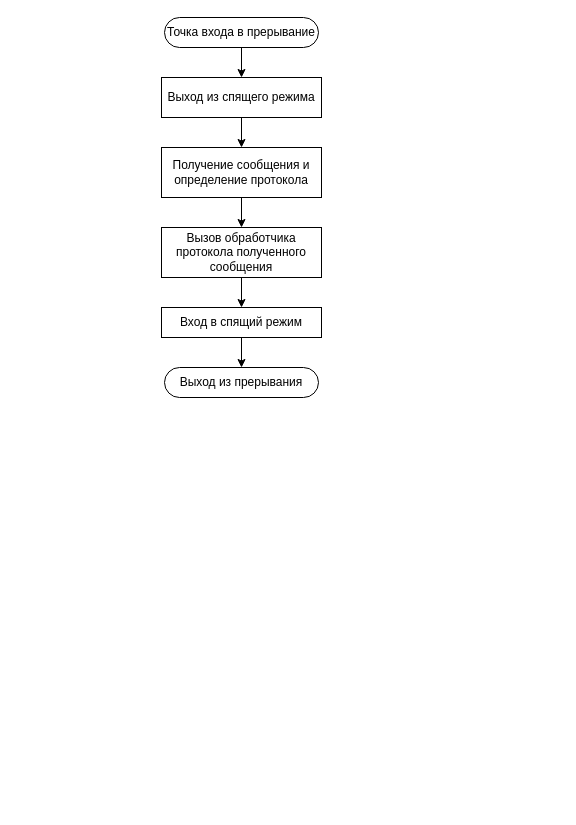
mmm-da/vkr-report keeps this draw.io diagram as page "рис 17 прерывание can" (8 of 14) of pic.drawio. Above is the earlier version. Source tidied: cells renumbered, new cells numbered last; positions are measured from the earlier drawing's top-left corner, leaving out a move shared by most shapes. Both pictures are drawn from the tidied source at 100%, with x=0, y=0 at pixel (161, 17).
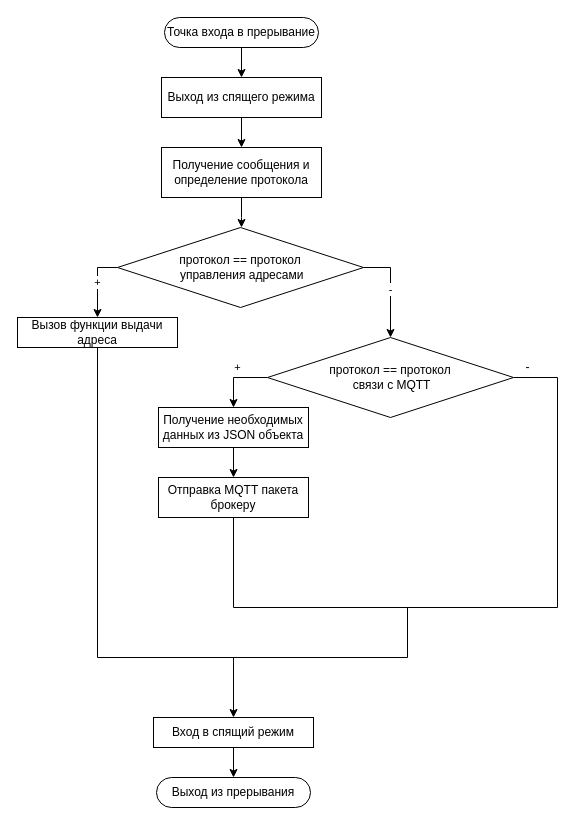
Above is the later version.

The change refers to these unchanged cells:
```xml
<mxCell id="7" value="Получение сообщения и определение протокола" style="rounded=0;whiteSpace=wrap;html=1;" parent="1" vertex="1">
  <mxGeometry y="130" width="160" height="50" as="geometry" />
</mxCell>
```

Change to the diagram source:
```diff
@@
-    <mxCell id="6" style="edgeStyle=orthogonalEdgeStyle;rounded=0;jettySize=auto;html=1;entryX=0.5;entryY=0;entryDx=0;entryDy=0;" parent="1" edge="1" source="7" target="9">
-      <mxGeometry relative="1" as="geometry" />
+    <mxCell id="6" style="edgeStyle=orthogonalEdgeStyle;rounded=0;jettySize=auto;html=1;entryX=0.5;entryY=0;entryDx=0;entryDy=0;" parent="1" edge="1" source="7">
+      <mxGeometry relative="1" as="geometry">
+        <mxPoint x="80" y="210" as="targetPoint" />
+      </mxGeometry>
     </mxCell>
@@
-    <mxCell id="8" style="edgeStyle=orthogonalEdgeStyle;rounded=0;jettySize=auto;html=1;entryX=0.5;entryY=0;entryDx=0;entryDy=0;" parent="1" edge="1" source="9" target="11">
-      <mxGeometry relative="1" as="geometry" />
-    </mxCell>
-    <mxCell id="9" value="Вызов обработчика протокола полученного сообщения" style="rounded=0;whiteSpace=wrap;html=1;" parent="1" vertex="1">
-      <mxGeometry y="210" width="160" height="50" as="geometry" />
-    </mxCell>
@@
     <mxCell id="11" value="Вход в спящий режим" style="rounded=0;whiteSpace=wrap;html=1;" parent="1" vertex="1">
-      <mxGeometry y="290" width="160" height="30" as="geometry" />
+      <mxGeometry x="-8" y="700" width="160" height="30" as="geometry" />
     </mxCell>
     <mxCell id="12" value="Выход из прерывания" style="rounded=1;whiteSpace=wrap;html=1;arcSize=50;" parent="1" vertex="1">
-      <mxGeometry x="3" y="350" width="154" height="30" as="geometry" />
+      <mxGeometry x="-5" y="760" width="154" height="30" as="geometry" />
     </mxCell>
+    <mxCell id="13" value="+" style="edgeStyle=orthogonalEdgeStyle;rounded=0;jettySize=auto;html=1;exitX=0;exitY=0.5;exitDx=0;exitDy=0;entryX=0.5;entryY=0;entryDx=0;entryDy=0;" parent="1" edge="1" source="15" target="17">
+      <mxGeometry relative="1" as="geometry" />
+    </mxCell>
+    <mxCell id="14" value="-" style="edgeStyle=orthogonalEdgeStyle;rounded=0;jettySize=auto;html=1;exitX=1;exitY=0.5;exitDx=0;exitDy=0;entryX=0.5;entryY=0;entryDx=0;entryDy=0;" parent="1" edge="1" source="15" target="20">
+      <mxGeometry relative="1" as="geometry" />
+    </mxCell>
+    <mxCell id="15" value="протокол == протокол&lt;br&gt;&amp;nbsp;управления адресами" style="rhombus;whiteSpace=wrap;html=1;" parent="1" vertex="1">
+      <mxGeometry x="-44" y="210" width="246" height="80" as="geometry" />
+    </mxCell>
+    <mxCell id="16" style="edgeStyle=orthogonalEdgeStyle;rounded=0;jettySize=auto;html=1;entryX=0.5;entryY=0;entryDx=0;entryDy=0;" parent="1" edge="1" source="17" target="11">
+      <mxGeometry relative="1" as="geometry">
+        <Array as="points">
+          <mxPoint x="-64" y="640" />
+          <mxPoint x="72" y="640" />
+        </Array>
+      </mxGeometry>
+    </mxCell>
+    <mxCell id="17" value="Вызов функции выдачи адреса" style="rounded=0;whiteSpace=wrap;html=1;" parent="1" vertex="1">
+      <mxGeometry x="-144" y="300" width="160" height="30" as="geometry" />
+    </mxCell>
+    <mxCell id="18" value="+" style="edgeStyle=orthogonalEdgeStyle;rounded=0;jettySize=auto;html=1;exitX=0;exitY=0.5;exitDx=0;exitDy=0;entryX=0.5;entryY=0;entryDx=0;entryDy=0;" parent="1" edge="1" source="20" target="22">
+      <mxGeometry x="-0.06" y="-10" relative="1" as="geometry" />
+    </mxCell>
+    <mxCell id="19" style="edgeStyle=orthogonalEdgeStyle;rounded=0;jettySize=auto;html=1;endArrow=none;endFill=0;" parent="1" edge="1" source="20">
+      <mxGeometry relative="1" as="geometry">
+        <mxPoint x="229" y="590" as="targetPoint" />
+        <Array as="points">
+          <mxPoint x="396" y="360" />
+          <mxPoint x="396" y="590" />
+        </Array>
+      </mxGeometry>
+    </mxCell>
+    <mxCell id="20" value="протокол == протокол&lt;br&gt;&amp;nbsp;связи с MQTT" style="rhombus;whiteSpace=wrap;html=1;" parent="1" vertex="1">
+      <mxGeometry x="106" y="320" width="246" height="80" as="geometry" />
+    </mxCell>
+    <mxCell id="21" style="edgeStyle=orthogonalEdgeStyle;rounded=0;jettySize=auto;html=1;entryX=0.5;entryY=0;entryDx=0;entryDy=0;" parent="1" edge="1" source="22" target="24">
+      <mxGeometry relative="1" as="geometry" />
+    </mxCell>
+    <mxCell id="22" value="Получение необходимых данных из JSON объекта" style="rounded=0;whiteSpace=wrap;html=1;" parent="1" vertex="1">
+      <mxGeometry x="-3" y="390" width="150" height="40" as="geometry" />
+    </mxCell>
+    <mxCell id="23" style="edgeStyle=orthogonalEdgeStyle;rounded=0;jettySize=auto;html=1;endArrow=none;endFill=0;" parent="1" edge="1" source="24">
+      <mxGeometry relative="1" as="geometry">
+        <mxPoint x="246" y="590" as="targetPoint" />
+        <Array as="points">
+          <mxPoint x="72" y="590" />
+        </Array>
+      </mxGeometry>
+    </mxCell>
+    <mxCell id="24" value="Отправка MQTT пакета брокеру" style="rounded=0;whiteSpace=wrap;html=1;" parent="1" vertex="1">
+      <mxGeometry x="-3" y="460" width="150" height="40" as="geometry" />
+    </mxCell>
+    <mxCell id="25" style="endArrow=none;html=1;" parent="1" edge="1">
+      <mxGeometry relative="1" as="geometry">
+        <mxPoint x="246" y="640" as="sourcePoint" />
+        <mxPoint x="246" y="590" as="targetPoint" />
+      </mxGeometry>
+    </mxCell>
+    <mxCell id="26" style="endArrow=none;html=1;" parent="1" edge="1">
+      <mxGeometry relative="1" as="geometry">
+        <mxPoint x="66" y="640" as="sourcePoint" />
+        <mxPoint x="246" y="640" as="targetPoint" />
+      </mxGeometry>
+    </mxCell>
+    <mxCell id="27" value="-&lt;br&gt;" style="text;html=1;align=center;verticalAlign=middle;" parent="1" vertex="1">
+      <mxGeometry x="356" y="340" width="20" height="20" as="geometry" />
+    </mxCell>
```
